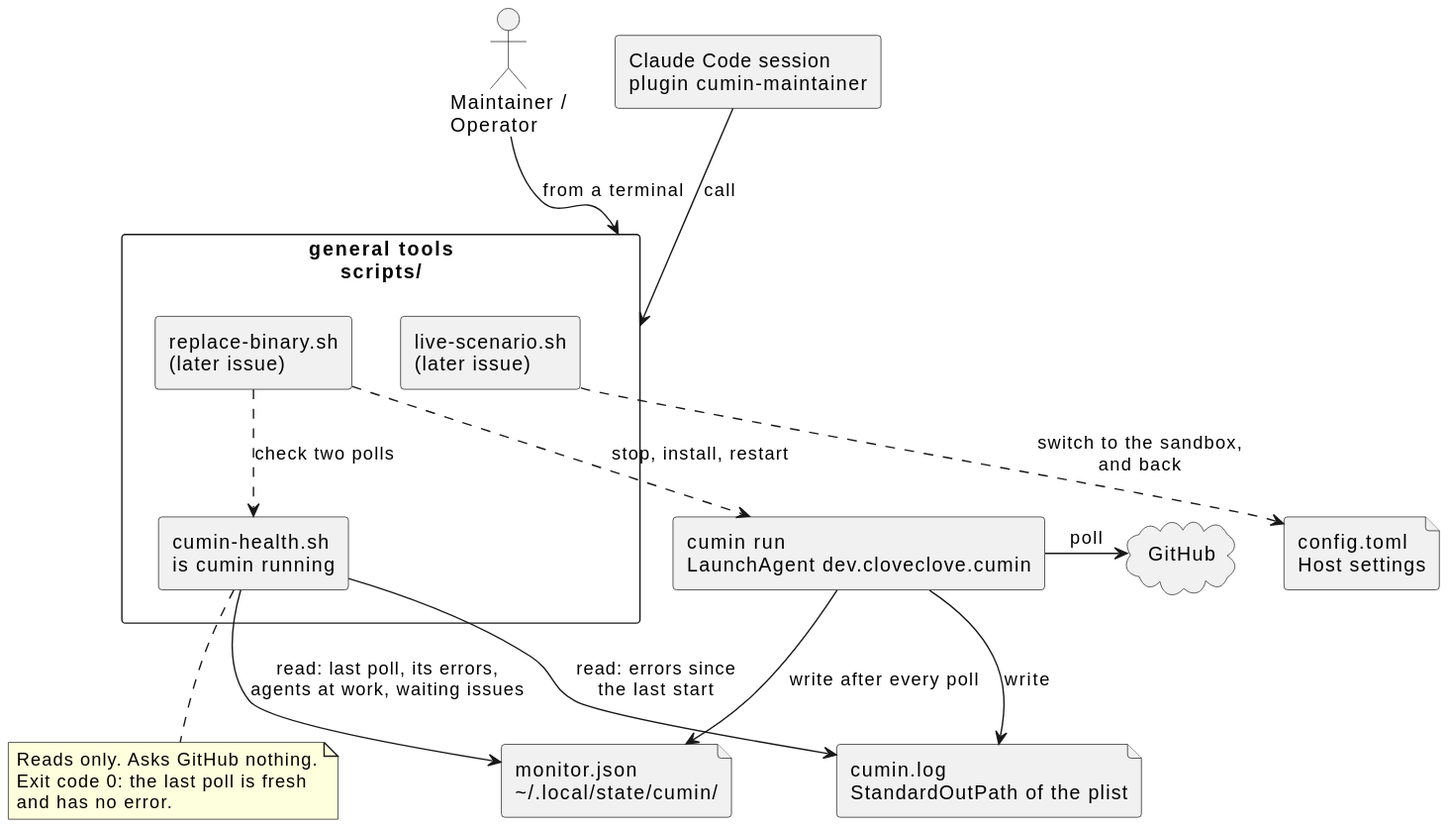
Above: docs/ja/guides/host-tools.svg in cloveclovedev/cumin-works (PlantUML), before the change. The source it was exported from:
```plantuml
@startuml
skinparam shadowing false
skinparam defaultFontName sans-serif

actor "Maintainer /\nOperator" as person
rectangle "Claude Code session\nplugin cumin-maintainer" as session

rectangle "general tools\nscripts/" as tools {
  rectangle "cumin-health.sh\nis cumin running" as health
  rectangle "replace-binary.sh\n(later issue)" as replace
  rectangle "live-scenario.sh\n(later issue)" as live
}

rectangle "cumin run\nLaunchAgent dev.cloveclove.cumin" as run
file "monitor.json\n&#126;/.local/state/cumin/" as monitor
file "cumin.log\nStandardOutPath of the plist" as log
file "config.toml\nHost settings" as settings
cloud "GitHub" as github

person --> tools : from a terminal
session --> tools : call

run --> monitor : write after every poll
run --> log : write
run -right-> github : poll

health --> monitor : read: last poll, its errors,\nagents at work, waiting issues
health --> log : read: errors since\nthe last start
replace ..> run : stop, install, restart
replace ..> health : check two polls
live ..> settings : switch to the sandbox,\nand back

note bottom of health
  Reads only. Asks GitHub nothing.
  Exit code 0: the last poll is fresh
  and has no error.
end note
@enduml
```
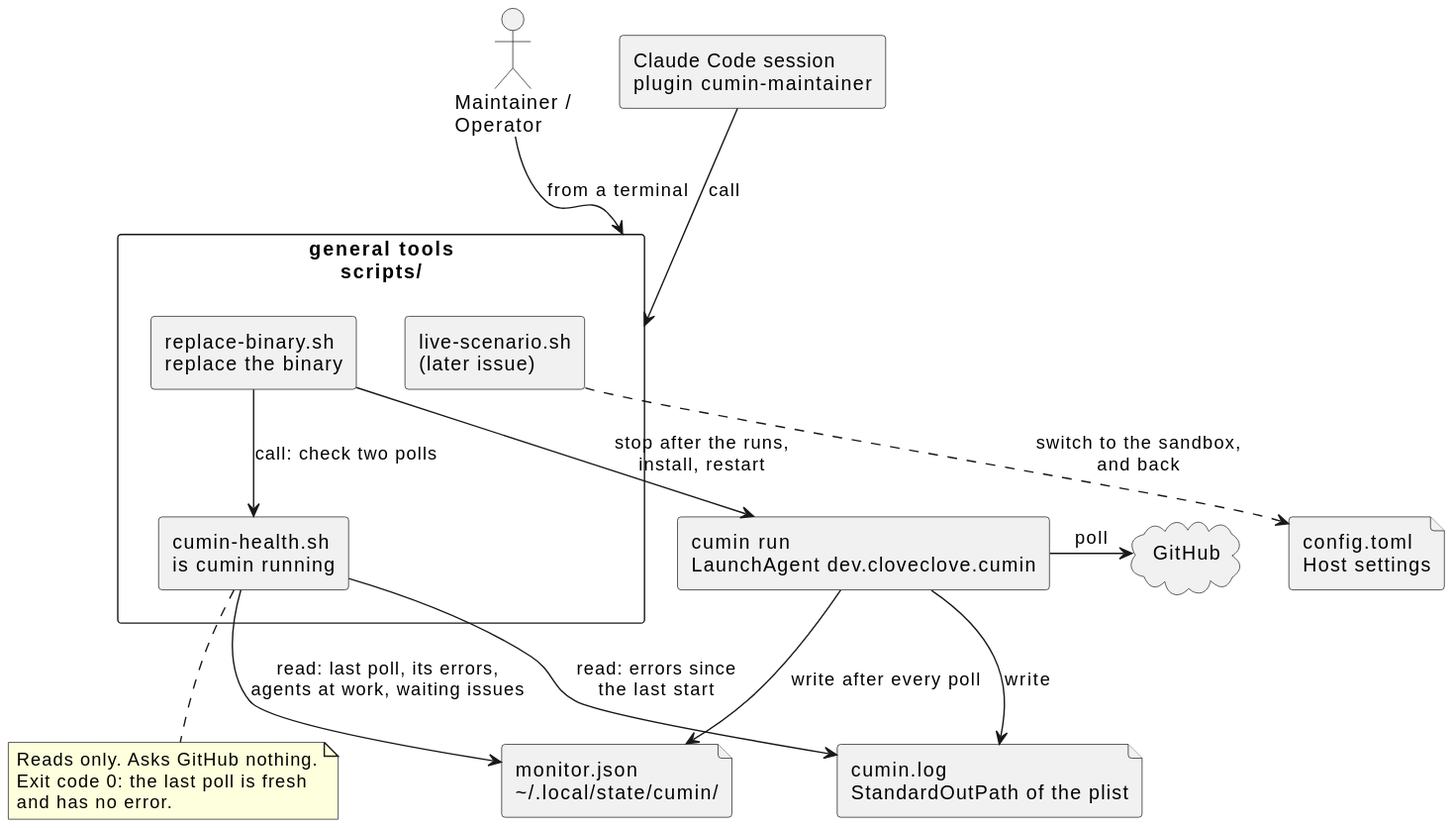
After the change.

Commit message:
feat(scripts): add the tool that replaces the binary (#721)

Change to the diagram source:
```diff
@@ -7,7 +7,7 @@
 
 rectangle "general tools\nscripts/" as tools {
   rectangle "cumin-health.sh\nis cumin running" as health
-  rectangle "replace-binary.sh\n(later issue)" as replace
+  rectangle "replace-binary.sh\nreplace the binary" as replace
   rectangle "live-scenario.sh\n(later issue)" as live
 }
 
@@ -26,8 +26,8 @@
 
 health --> monitor : read: last poll, its errors,\nagents at work, waiting issues
 health --> log : read: errors since\nthe last start
-replace ..> run : stop, install, restart
-replace ..> health : check two polls
+replace --> run : stop after the runs,\ninstall, restart
+replace --> health : call: check two polls
 live ..> settings : switch to the sandbox,\nand back
 
 note bottom of health
```
